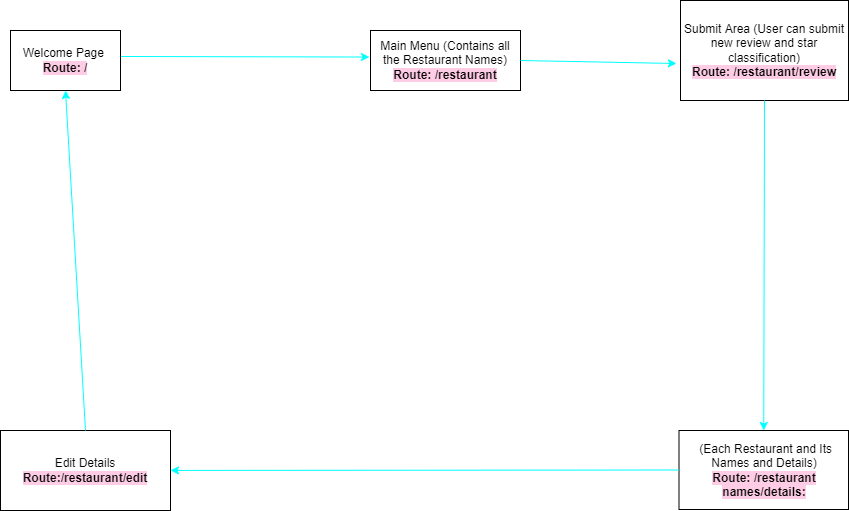
Earlier version of the draw.io export Rest-Rant Wireframe.drawio.png (Phalguni221/REST-rant). Source tidied: cells renumbered, new cells last; positions are measured from the earlier drawing's top-left corner, leaving out a move shared by most shapes.
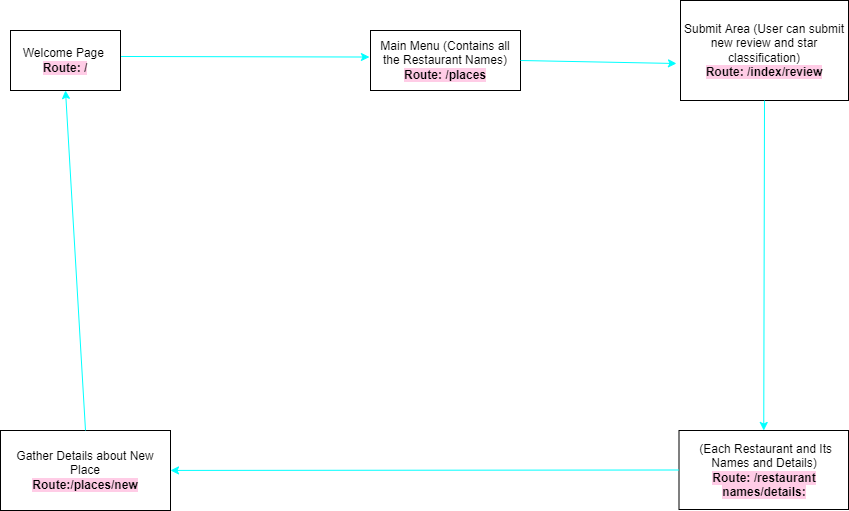
The same diagram one commit later.

What changed in the source:
```diff
@@ -2,19 +2,19 @@
   <root>
     <mxCell id="0" />
     <mxCell id="1" parent="0" />
-    <mxCell id="2" value="Main Menu (Contains all the Restaurant Names)&lt;br&gt;&lt;b style=&quot;background-color: rgb(255 , 204 , 230)&quot;&gt;Route: /restaurant&lt;/b&gt;" style="rounded=0;whiteSpace=wrap;html=1;" parent="1" vertex="1">
+    <mxCell id="2" value="Main Menu (Contains all the Restaurant Names)&lt;br&gt;&lt;b style=&quot;background-color: rgb(255 , 204 , 230)&quot;&gt;Route: /places&lt;/b&gt;" style="rounded=0;whiteSpace=wrap;html=1;" parent="1" vertex="1">
       <mxGeometry x="370" y="30" width="150" height="60" as="geometry" />
     </mxCell>
     <mxCell id="3" value="&amp;nbsp;(Each Restaurant and Its Names and Details)&lt;br&gt;&lt;b style=&quot;background-color: rgb(255 , 204 , 230)&quot;&gt;Route: /restaurant names/details:&lt;/b&gt;" style="rounded=0;whiteSpace=wrap;html=1;" parent="1" vertex="1">
       <mxGeometry x="678.5" y="430" width="169.5" height="79" as="geometry" />
     </mxCell>
-    <mxCell id="4" value="Submit Area (User can submit new review and star classification)&lt;br&gt;&lt;b style=&quot;background-color: rgb(255 , 204 , 230)&quot;&gt;Route: /restaurant/review&lt;/b&gt;" style="rounded=0;whiteSpace=wrap;html=1;" parent="1" vertex="1">
+    <mxCell id="4" value="Submit Area (User can submit new review and star classification)&lt;br&gt;&lt;b style=&quot;background-color: rgb(255 , 204 , 230)&quot;&gt;Route: /index/review&lt;/b&gt;" style="rounded=0;whiteSpace=wrap;html=1;" parent="1" vertex="1">
       <mxGeometry x="680" width="168" height="100" as="geometry" />
     </mxCell>
     <mxCell id="5" style="endArrow=classic;html=1;rounded=0;exitX=0;exitY=0.5;exitDx=0;exitDy=0;strokeColor=#00FFFF;" parent="1" edge="1" source="3" target="6">
       <mxGeometry relative="1" as="geometry" />
     </mxCell>
-    <mxCell id="6" value="Edit Details&lt;br&gt;&lt;b style=&quot;background-color: rgb(255 , 204 , 230)&quot;&gt;Route:/restaurant/edit&lt;/b&gt;" style="rounded=0;whiteSpace=wrap;html=1;" parent="1" vertex="1">
+    <mxCell id="6" value="Gather Details about New Place&lt;br&gt;&lt;b style=&quot;background-color: rgb(255 , 204 , 230)&quot;&gt;Route:/places/new&lt;/b&gt;" style="rounded=0;whiteSpace=wrap;html=1;" parent="1" vertex="1">
       <mxGeometry y="430" width="170" height="80" as="geometry" />
     </mxCell>
     <mxCell id="7" style="endArrow=classic;html=1;rounded=0;exitX=0.5;exitY=1;exitDx=0;exitDy=0;entryX=0.5;entryY=0;entryDx=0;entryDy=0;strokeColor=#00FFFF;" parent="1" edge="1" source="4" target="3">
```
